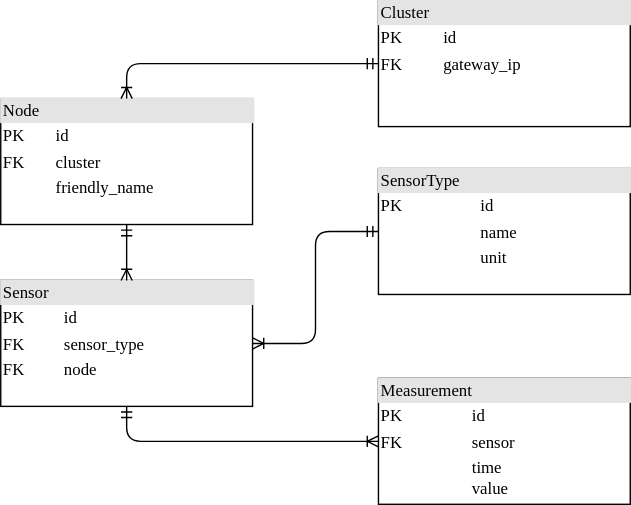
Darchiv/wsn-db-research keeps this draw.io diagram as models/relational.svg. Above is the earlier version. Source tidied: cells renumbered, new cells last; positions are measured from the earlier drawing's top-left corner, leaving out a move shared by most shapes.
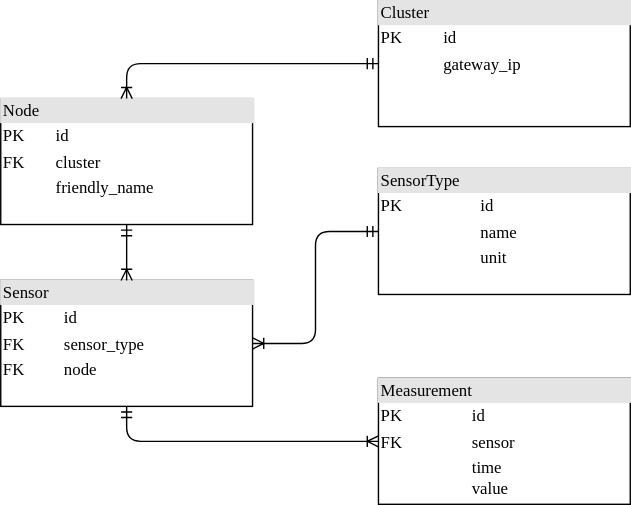
After the change.

Commit message:
models: Fixed a typo

What changed in the source:
```diff
@@ -18,7 +18,7 @@
         </Array>
       </mxGeometry>
     </mxCell>
-    <mxCell id="6" value="&lt;div style=&quot;box-sizing: border-box ; width: 100% ; background: #e4e4e4 ; padding: 2px&quot;&gt;Cluster&lt;/div&gt;&lt;table style=&quot;width: 100% ; font-size: 1em&quot; cellspacing=&quot;0&quot; cellpadding=&quot;2&quot;&gt;&lt;tbody&gt;&lt;tr&gt;&lt;td&gt;PK&lt;/td&gt;&lt;td&gt;id&lt;/td&gt;&lt;/tr&gt;&lt;tr&gt;&lt;td&gt;FK&lt;/td&gt;&lt;td&gt;gateway_ip&lt;/td&gt;&lt;/tr&gt;&lt;/tbody&gt;&lt;/table&gt;" style="verticalAlign=top;align=left;overflow=fill;html=1;rounded=0;shadow=0;comic=0;labelBackgroundColor=none;strokeWidth=1;fontFamily=Verdana;fontSize=12;strokeColor=#000000;fillColor=#ffffff;backgroundOutline=0;noLabel=0;" parent="1" vertex="1">
+    <mxCell id="6" value="&lt;div style=&quot;box-sizing: border-box ; width: 100% ; background: #e4e4e4 ; padding: 2px&quot;&gt;Cluster&lt;/div&gt;&lt;table style=&quot;width: 100% ; font-size: 1em&quot; cellspacing=&quot;0&quot; cellpadding=&quot;2&quot;&gt;&lt;tbody&gt;&lt;tr&gt;&lt;td&gt;PK&lt;/td&gt;&lt;td&gt;id&lt;/td&gt;&lt;/tr&gt;&lt;tr&gt;&lt;td&gt;&lt;br&gt;&lt;/td&gt;&lt;td&gt;gateway_ip&lt;/td&gt;&lt;/tr&gt;&lt;/tbody&gt;&lt;/table&gt;" style="verticalAlign=top;align=left;overflow=fill;html=1;rounded=0;shadow=0;comic=0;labelBackgroundColor=none;strokeWidth=1;fontFamily=Verdana;fontSize=12;strokeColor=#000000;fillColor=#ffffff;backgroundOutline=0;noLabel=0;" parent="1" vertex="1">
       <mxGeometry x="270" width="180" height="90" as="geometry" />
     </mxCell>
     <mxCell id="7" style="edgeStyle=orthogonalEdgeStyle;html=1;endArrow=ERoneToMany;startArrow=ERmandOne;labelBackgroundColor=none;fontFamily=Verdana;fontSize=12;align=left;entryX=0.5;entryY=0;entryDx=0;entryDy=0;exitX=0;exitY=0.5;exitDx=0;exitDy=0;" parent="1" edge="1" source="6" target="2">
```
